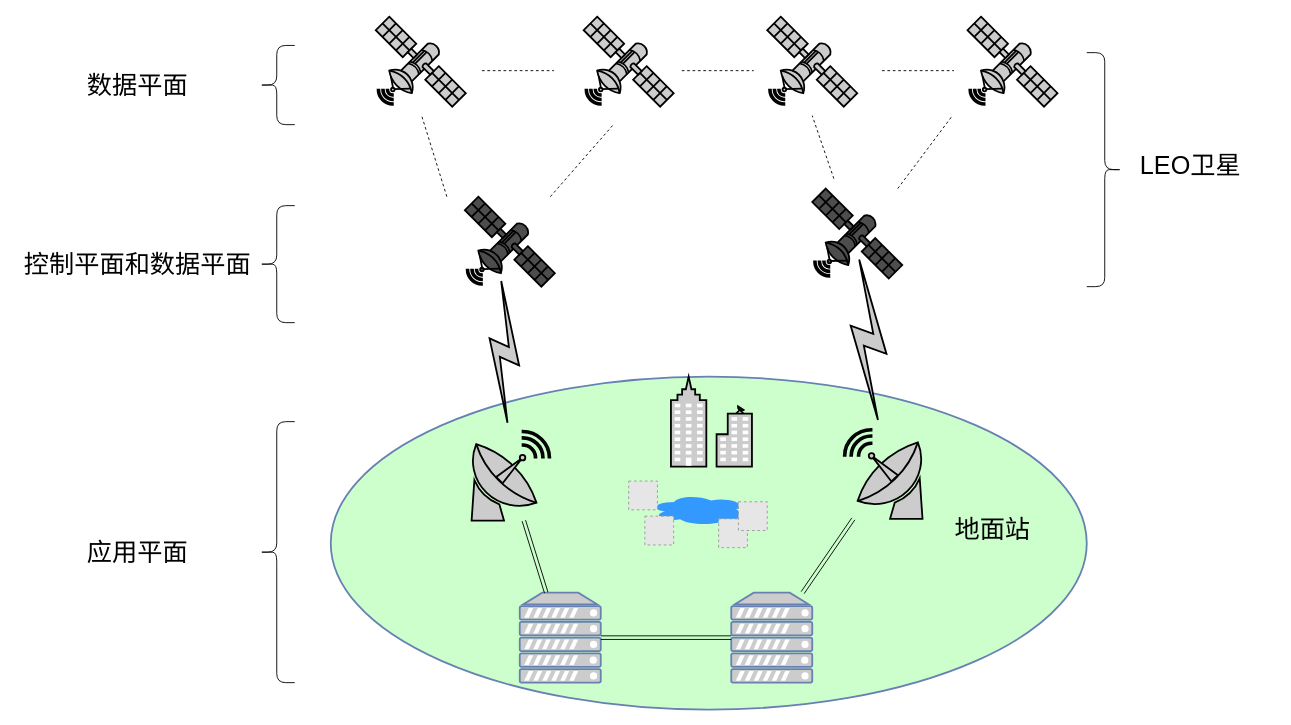
peachhhhh/satellite keeps this draw.io diagram as page "算法2架构图" (13 of 16) of drawio.drawio. Above is the earlier version. Source tidied: cells renumbered, new cells numbered last; positions are measured from the earlier drawing's top-left corner, leaving out a move shared by most shapes. Both pictures are drawn from the tidied source at 90%, with x=0, y=0 at pixel (15, 16). Pictures stored in the file or linked from it are replaced by grey dashed boxes.
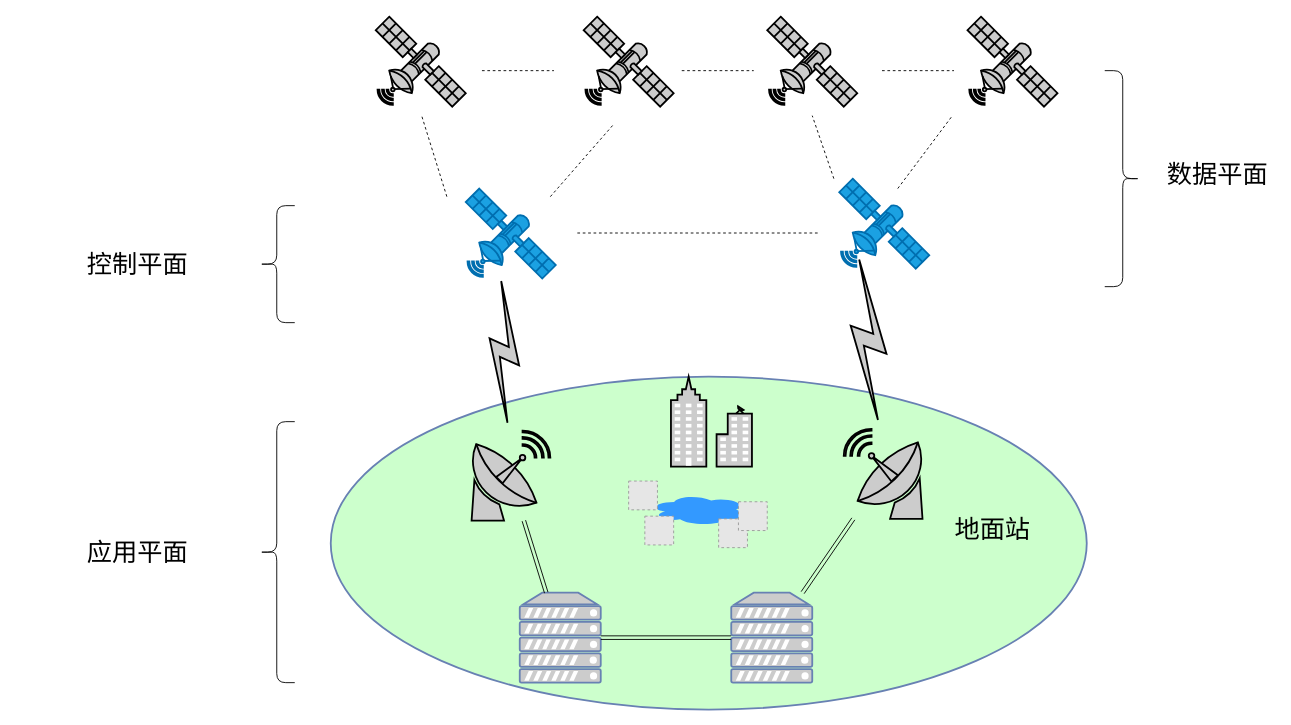
Above is the later version.

The change refers to these unchanged cells:
```xml
<mxCell id="10" style="fontColor=#0066CC;verticalAlign=top;verticalLabelPosition=bottom;labelPosition=center;align=center;html=1;outlineConnect=0;fillColor=#CCCCCC;gradientColor=none;gradientDirection=north;strokeWidth=2;shape=mxgraph.networks.satellite_dish;" parent="1" vertex="1">
  <mxGeometry x="504" y="460" width="90" height="100" as="geometry" />
</mxCell>
<mxCell id="15" style="fontColor=#0066CC;verticalAlign=top;verticalLabelPosition=bottom;labelPosition=center;align=center;html=1;outlineConnect=0;fillColor=#CCCCCC;gradientColor=none;gradientDirection=north;strokeWidth=2;shape=mxgraph.networks.satellite_dish;flipH=1;flipV=0;" parent="1" vertex="1">
  <mxGeometry x="920" y="458" width="90" height="100" as="geometry" />
</mxCell>
```

Change to the diagram source:
```diff
@@
-    <mxCell id="8" style="html=1;fillColor=#CCCCCC;strokeColor=#000000;gradientColor=none;gradientDirection=north;strokeWidth=2;shape=mxgraph.networks.comm_link_edge;html=1;labelBackgroundColor=none;endArrow=none;fontFamily=Verdana;fontSize=22;fontColor=#000000;entryX=0.4;entryY=0.85;entryDx=0;entryDy=0;entryPerimeter=0;" parent="1" edge="1" source="10" target="23">
-      <mxGeometry relative="1" as="geometry" />
+    <mxCell id="8" style="html=1;fillColor=#CCCCCC;strokeColor=#000000;gradientColor=none;gradientDirection=north;strokeWidth=2;shape=mxgraph.networks.comm_link_edge;html=1;labelBackgroundColor=none;endArrow=none;fontFamily=Verdana;fontSize=22;fontColor=#000000;entryX=0.4;entryY=0.85;entryDx=0;entryDy=0;entryPerimeter=0;" parent="1" edge="1" source="10">
+      <mxGeometry relative="1" as="geometry">
+        <mxPoint x="539" y="285" as="targetPoint" />
+      </mxGeometry>
     </mxCell>
@@
-    <mxCell id="11" style="verticalAlign=top;verticalLabelPosition=bottom;labelPosition=center;align=center;html=1;gradientDirection=north;strokeWidth=2;shape=mxgraph.networks.satellite;rounded=1;shadow=0;comic=0;fillColor=#4D4D4D;" parent="1" vertex="1">
-      <mxGeometry x="885" y="191" width="100" height="100" as="geometry" />
-    </mxCell>
@@
-    <mxCell id="16" style="html=1;fillColor=#CCCCCC;strokeColor=#000000;gradientColor=none;gradientDirection=north;strokeWidth=2;shape=mxgraph.networks.comm_link_edge;html=1;labelBackgroundColor=none;endArrow=none;fontFamily=Verdana;fontSize=22;fontColor=#000000;entryX=0.51;entryY=0.69;entryDx=0;entryDy=0;entryPerimeter=0;" parent="1" edge="1" source="15" target="11">
-      <mxGeometry relative="1" as="geometry" />
+    <mxCell id="16" style="html=1;fillColor=#CCCCCC;strokeColor=#000000;gradientColor=none;gradientDirection=north;strokeWidth=2;shape=mxgraph.networks.comm_link_edge;html=1;labelBackgroundColor=none;endArrow=none;fontFamily=Verdana;fontSize=22;fontColor=#000000;entryX=0.51;entryY=0.69;entryDx=0;entryDy=0;entryPerimeter=0;" parent="1" edge="1" source="15">
+      <mxGeometry relative="1" as="geometry">
+        <mxPoint x="936" y="260" as="targetPoint" />
+      </mxGeometry>
     </mxCell>
@@
-    <mxCell id="23" style="verticalAlign=top;verticalLabelPosition=bottom;labelPosition=center;align=center;html=1;gradientDirection=north;strokeWidth=2;shape=mxgraph.networks.satellite;rounded=1;shadow=0;comic=0;sketch=0;fillColor=#4D4D4D;" parent="1" vertex="1">
-      <mxGeometry x="499" y="200" width="100" height="100" as="geometry" />
-    </mxCell>
@@
     <mxCell id="27" value="&lt;div style=&quot;font-size: 28px&quot;&gt;数据平面&lt;/div&gt;" style="text;html=1;align=center;verticalAlign=middle;fontSize=28;fontColor=#000000;fontStyle=0;" parent="1" vertex="1">
-      <mxGeometry x="70" y="56" width="130" height="40" as="geometry" />
+      <mxGeometry x="1270" y="155" width="130" height="40" as="geometry" />
     </mxCell>
-    <mxCell id="28" style="shape=curlyBracket;whiteSpace=wrap;html=1;rounded=1;" parent="1" vertex="1">
-      <mxGeometry x="270" y="32" width="40" height="88" as="geometry" />
+    <mxCell id="28" style="shape=curlyBracket;whiteSpace=wrap;html=1;rounded=1;flipH=1;" parent="1" vertex="1">
+      <mxGeometry x="1210" y="60" width="40" height="240" as="geometry" />
     </mxCell>
@@
-    <mxCell id="35" value="&lt;div style=&quot;font-size: 28px&quot;&gt;控制平面和数据平面&lt;/div&gt;" style="text;html=1;align=center;verticalAlign=middle;fontSize=28;fontColor=#000000;fontStyle=0;" parent="1" vertex="1">
-      <mxGeometry y="255" width="270" height="40" as="geometry" />
+    <mxCell id="35" value="&lt;div style=&quot;font-size: 28px&quot;&gt;控制平面&lt;/div&gt;" style="text;html=1;align=center;verticalAlign=middle;fontSize=28;fontColor=#000000;fontStyle=0;" parent="1" vertex="1">
+      <mxGeometry x="70" y="255" width="130" height="40" as="geometry" />
     </mxCell>
@@
-    <mxCell id="37" value="&lt;div style=&quot;font-size: 28px&quot;&gt;LEO卫星&lt;/div&gt;" style="text;html=1;align=center;verticalAlign=middle;fontSize=28;fontColor=#000000;fontStyle=0;" parent="1" vertex="1">
-      <mxGeometry x="1240" y="145" width="130" height="40" as="geometry" />
-    </mxCell>
-    <mxCell id="38" style="shape=curlyBracket;whiteSpace=wrap;html=1;rounded=1;flipH=1;" parent="1" vertex="1">
-      <mxGeometry x="1190" y="40" width="40" height="260" as="geometry" />
-    </mxCell>
@@
+    <mxCell id="40" style="fontColor=#ffffff;verticalAlign=top;verticalLabelPosition=bottom;labelPosition=center;align=center;html=1;fillColor=#1ba1e2;strokeColor=#006EAF;gradientDirection=north;strokeWidth=2;shape=mxgraph.networks.satellite;rounded=1;shadow=0;comic=0;" parent="1" vertex="1">
+      <mxGeometry x="500" y="191" width="100" height="100" as="geometry" />
+    </mxCell>
+    <mxCell id="41" style="fontColor=#ffffff;verticalAlign=top;verticalLabelPosition=bottom;labelPosition=center;align=center;html=1;fillColor=#1ba1e2;strokeColor=#006EAF;gradientDirection=north;strokeWidth=2;shape=mxgraph.networks.satellite;rounded=1;shadow=0;comic=0;" parent="1" vertex="1">
+      <mxGeometry x="915" y="180" width="100" height="100" as="geometry" />
+    </mxCell>
+    <mxCell id="42" style="endArrow=none;dashed=1;html=1;" parent="1" edge="1">
+      <mxGeometry relative="1" as="geometry">
+        <mxPoint x="624" y="240.4" as="sourcePoint" />
+        <mxPoint x="894" y="240.4" as="targetPoint" />
+      </mxGeometry>
+    </mxCell>
```
